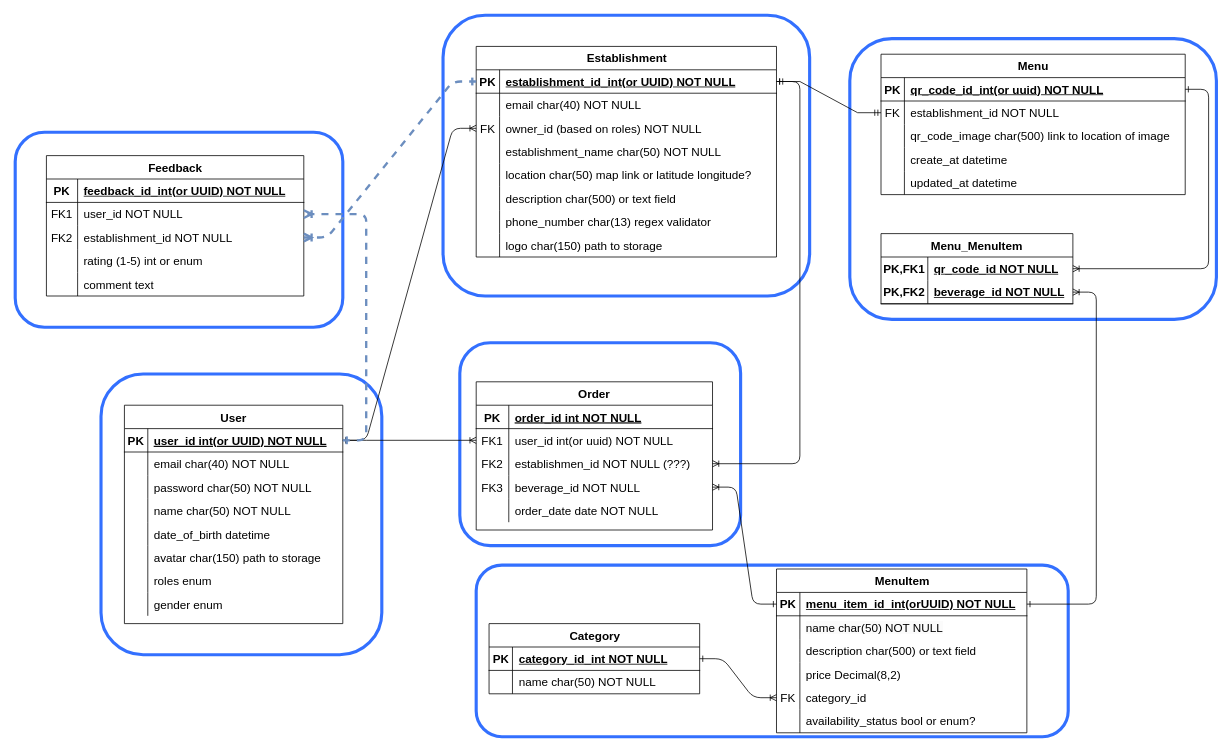
Reviro-Spring-TechStart2024-T1/backend keeps this draw.io diagram as entities.drawio. Above is the earlier version. Source tidied: cells renumbered, new cells numbered last; positions are measured from the earlier drawing's top-left corner, leaving out a move shared by most shapes. Both pictures are drawn from the tidied source at 78%, with x=0, y=0 at pixel (15, 15).
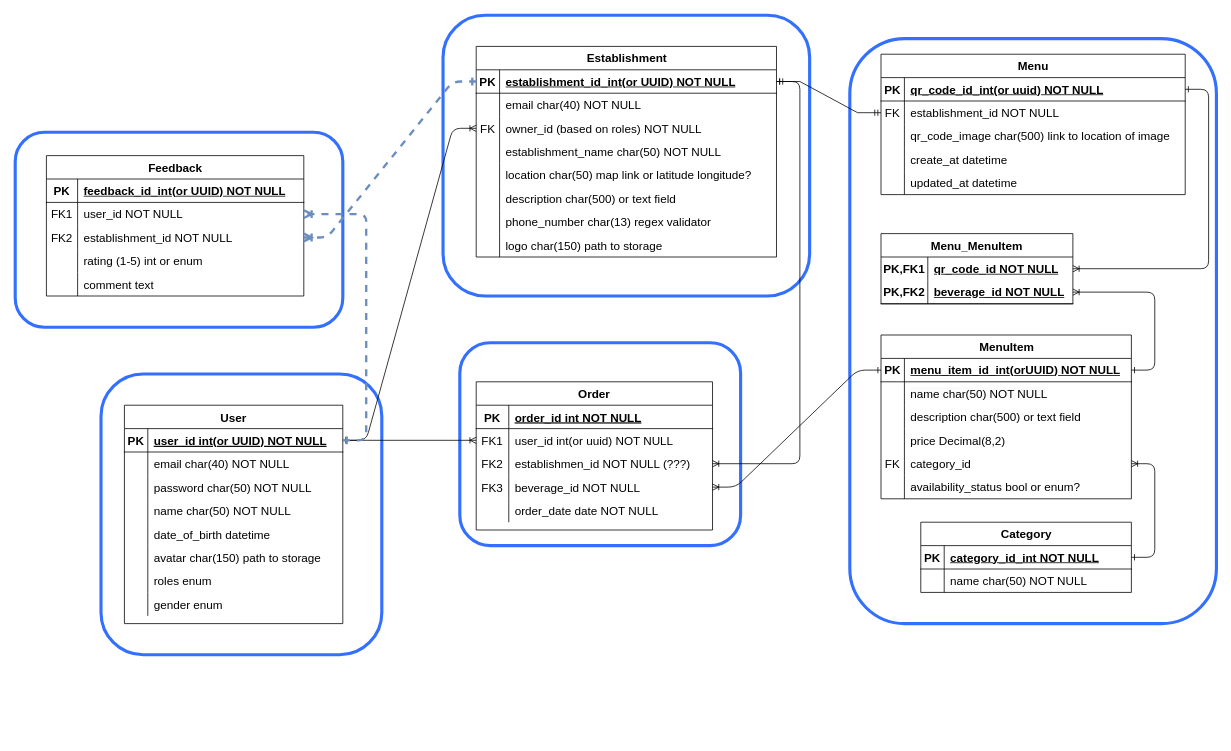
After the change.

Change to the diagram source:
```diff
@@
-    <mxCell id="4" style="rounded=1;whiteSpace=wrap;html=1;glass=1;fillColor=none;strokeColor=#3370FF;strokeWidth=4;" parent="1" vertex="1">
-      <mxGeometry x="591" y="705" width="759" height="220" as="geometry" />
-    </mxCell>
@@
     <mxCell id="6" style="rounded=1;whiteSpace=wrap;html=1;glass=1;fillColor=none;strokeColor=#3370FF;strokeWidth=4;" parent="1" vertex="1">
-      <mxGeometry x="1070" y="30" width="470" height="360" as="geometry" />
+      <mxGeometry x="1070" y="30" width="470" height="750" as="geometry" />
     </mxCell>
@@
     <mxCell id="76" value="MenuItem" style="shape=table;startSize=30;childLayout=tableLayout;rowLines=0;fontStyle=1;align=center;html=1;fontSize=15;" parent="1" vertex="1">
-      <mxGeometry x="976" y="710" width="321" height="210" as="geometry" />
+      <mxGeometry x="1110" y="410" width="321" height="210" as="geometry" />
     </mxCell>
@@
     <mxCell id="141" value="Category" style="shape=table;startSize=30;childLayout=tableLayout;rowLines=0;fontStyle=1;align=center;html=1;fontSize=15;" parent="1" vertex="1">
-      <mxGeometry x="607.5" y="780" width="270" height="90" as="geometry" />
+      <mxGeometry x="1161" y="650" width="270" height="90" as="geometry" />
     </mxCell>
```
